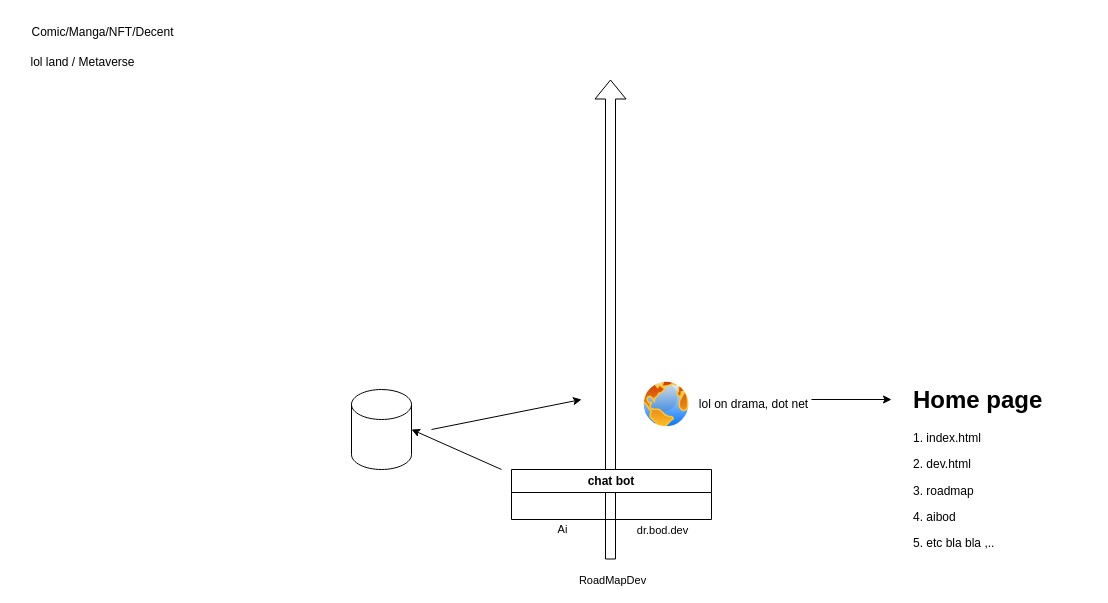
Earlier version of the draw.io diagram bd.drawio (lolland/lol). Source tidied: cells renumbered, new cells numbered last; positions are measured from the earlier drawing's top-left corner, leaving out a move shared by most shapes. Both pictures are drawn from the tidied source at 100%, with x=0, y=0 at pixel (17, 17).
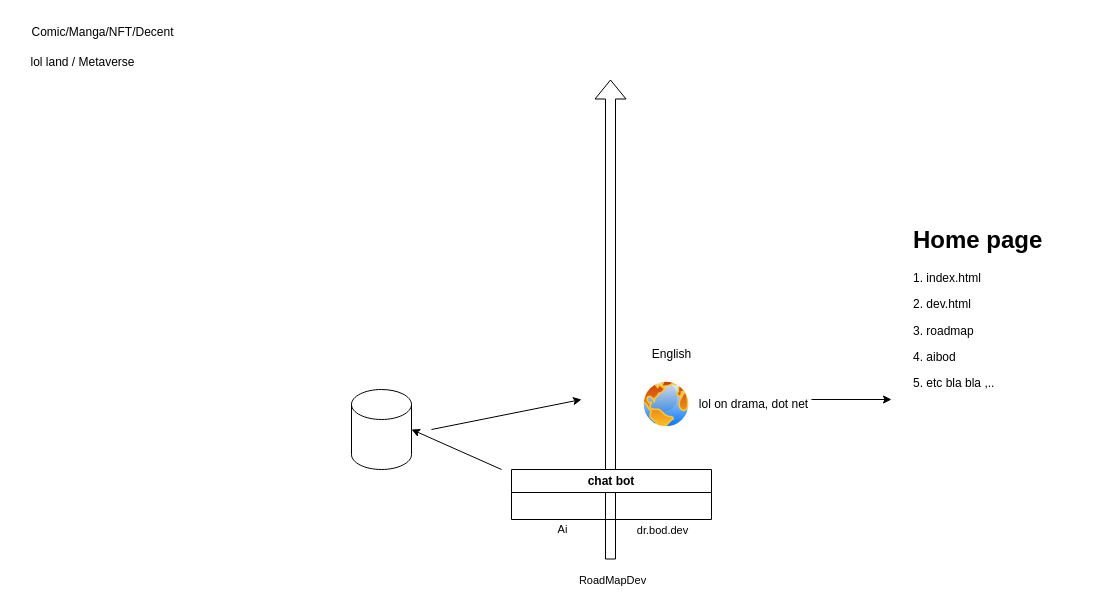
Above is the later version.

Diff of the diagram source:
```diff
@@
     <mxCell id="12" value="&lt;h1 style=&quot;margin-top: 0px;&quot;&gt;Home page&lt;/h1&gt;&lt;p&gt;1. index.html&lt;/p&gt;&lt;p&gt;2. dev.html&lt;/p&gt;&lt;p&gt;3. roadmap&lt;/p&gt;&lt;p&gt;4. aibod&lt;/p&gt;&lt;p&gt;5. etc bla bla ,..&lt;/p&gt;" style="text;html=1;whiteSpace=wrap;overflow=hidden;rounded=0;" parent="1" vertex="1">
-      <mxGeometry x="894" y="362" width="180" height="200" as="geometry" />
+      <mxGeometry x="894" y="202" width="180" height="200" as="geometry" />
     </mxCell>
@@
+    <mxCell id="16" value="English" style="text;html=1;align=center;verticalAlign=middle;strokeColor=none;fillColor=none;" parent="1" vertex="1">
+      <mxGeometry x="624" y="322" width="60" height="30" as="geometry" />
+    </mxCell>
```
